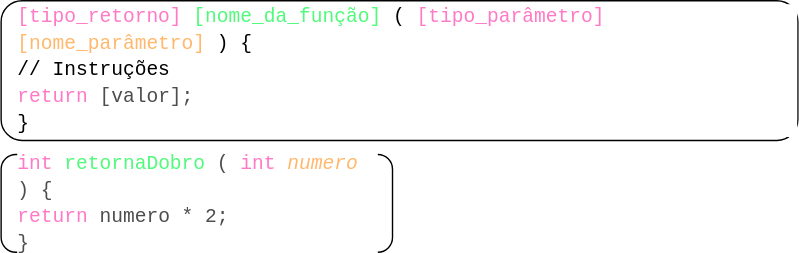
Above: slides/img/funcao_valor_exemplo.drawio.svg in itorisaias/Fatectq-linguagem-de-programacao (draw.io), before the change. Source tidied: cells renumbered, new cells last; positions are measured from the earlier drawing's top-left corner, leaving out a move shared by most shapes. Its diagram source:
```xml
<mxGraphModel>
  <root>
    <mxCell id="0" />
    <mxCell id="1" parent="0" />
    <mxCell id="2" style="rounded=1;whiteSpace=wrap;html=1;labelBackgroundColor=#E6E6E6;fontColor=#E6E6E6;" parent="1" vertex="1">
      <mxGeometry y="110" width="280" height="70" as="geometry" />
    </mxCell>
    <mxCell id="3" style="rounded=1;whiteSpace=wrap;html=1;labelBackgroundColor=#E6E6E6;fontColor=#E6E6E6;" parent="1" vertex="1">
      <mxGeometry width="570" height="100" as="geometry" />
    </mxCell>
    <mxCell id="4" value="&lt;div style=&quot;font-family: &amp;quot;Fira Code&amp;quot;, Consolas, &amp;quot;Courier New&amp;quot;, monospace; font-size: 14px; line-height: 19px;&quot;&gt;&lt;div&gt;&lt;font color=&quot;#ff79c6&quot;&gt;[tipo_retorno]&lt;/font&gt; &lt;font color=&quot;#50fa7b&quot;&gt;[nome_da_função]&lt;/font&gt; (&lt;font color=&quot;#ff79c6&quot;&gt;[tipo_parâmetro]&lt;/font&gt; &lt;font color=&quot;#ffb86c&quot;&gt;[nome_parâmetro]&lt;/font&gt;) {&lt;/div&gt;&lt;div&gt;&amp;nbsp; &amp;nbsp; // Instruções&lt;/div&gt;&lt;div&gt;&amp;nbsp; &amp;nbsp;&amp;nbsp;&lt;font color=&quot;#ff79c6&quot;&gt;return &lt;/font&gt;&lt;font color=&quot;#4d4d4d&quot;&gt;[valor];&lt;/font&gt;&lt;/div&gt;&lt;div&gt;}&lt;/div&gt;&lt;/div&gt;" style="text;html=1;strokeColor=none;fillColor=none;align=left;verticalAlign=middle;whiteSpace=wrap;rounded=0;fontColor=default;labelBackgroundColor=default;" parent="1" vertex="1">
      <mxGeometry x="10" width="560" height="100" as="geometry" />
    </mxCell>
    <mxCell id="5" value="&lt;div style=&quot;font-family: &amp;quot;Fira Code&amp;quot;, Consolas, &amp;quot;Courier New&amp;quot;, monospace; font-size: 14px; line-height: 19px;&quot;&gt;&lt;div style=&quot;&quot;&gt;&lt;span style=&quot;color: rgb(255, 121, 198);&quot;&gt;int&lt;/span&gt; &lt;span style=&quot;color: rgb(80, 250, 123);&quot;&gt;retornaDobro&lt;/span&gt;&lt;font color=&quot;#4d4d4d&quot;&gt;(&lt;/font&gt;&lt;span style=&quot;color: rgb(255, 121, 198);&quot;&gt;int&lt;/span&gt; &lt;span style=&quot;color: rgb(255, 184, 108); font-style: italic;&quot;&gt;numero&lt;/span&gt;&lt;font color=&quot;#4d4d4d&quot;&gt;) {&lt;/font&gt;&lt;/div&gt;&lt;div style=&quot;&quot;&gt;&lt;font color=&quot;#4d4d4d&quot;&gt;&amp;nbsp; &amp;nbsp;&lt;/font&gt;&lt;span style=&quot;color: rgb(255, 121, 198);&quot;&gt;return&lt;/span&gt; &lt;font color=&quot;#4d4d4d&quot;&gt;numero * 2;&lt;/font&gt;&lt;/div&gt;&lt;div style=&quot;&quot;&gt;&lt;font color=&quot;#4d4d4d&quot;&gt;}&lt;/font&gt;&lt;/div&gt;&lt;/div&gt;" style="text;html=1;strokeColor=none;fillColor=none;align=left;verticalAlign=middle;whiteSpace=wrap;rounded=0;labelBackgroundColor=default;fontColor=#00FF00;" parent="1" vertex="1">
      <mxGeometry x="10" y="110" width="260" height="70" as="geometry" />
    </mxCell>
  </root>
</mxGraphModel>
```
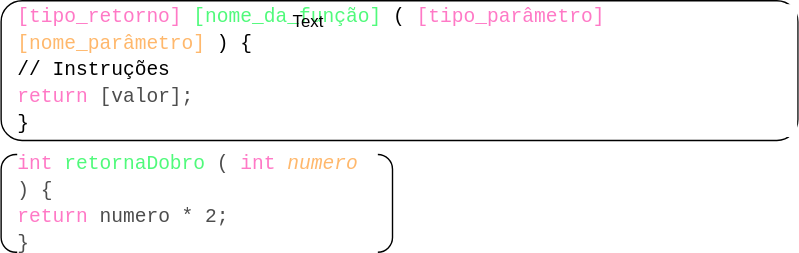
After the change.

Diff of the diagram source:
```diff
@@ -14,5 +14,8 @@
     <mxCell id="5" value="&lt;div style=&quot;font-family: &amp;quot;Fira Code&amp;quot;, Consolas, &amp;quot;Courier New&amp;quot;, monospace; font-size: 14px; line-height: 19px;&quot;&gt;&lt;div style=&quot;&quot;&gt;&lt;span style=&quot;color: rgb(255, 121, 198);&quot;&gt;int&lt;/span&gt; &lt;span style=&quot;color: rgb(80, 250, 123);&quot;&gt;retornaDobro&lt;/span&gt;&lt;font color=&quot;#4d4d4d&quot;&gt;(&lt;/font&gt;&lt;span style=&quot;color: rgb(255, 121, 198);&quot;&gt;int&lt;/span&gt; &lt;span style=&quot;color: rgb(255, 184, 108); font-style: italic;&quot;&gt;numero&lt;/span&gt;&lt;font color=&quot;#4d4d4d&quot;&gt;) {&lt;/font&gt;&lt;/div&gt;&lt;div style=&quot;&quot;&gt;&lt;font color=&quot;#4d4d4d&quot;&gt;&amp;nbsp; &amp;nbsp;&lt;/font&gt;&lt;span style=&quot;color: rgb(255, 121, 198);&quot;&gt;return&lt;/span&gt; &lt;font color=&quot;#4d4d4d&quot;&gt;numero * 2;&lt;/font&gt;&lt;/div&gt;&lt;div style=&quot;&quot;&gt;&lt;font color=&quot;#4d4d4d&quot;&gt;}&lt;/font&gt;&lt;/div&gt;&lt;/div&gt;" style="text;html=1;strokeColor=none;fillColor=none;align=left;verticalAlign=middle;whiteSpace=wrap;rounded=0;labelBackgroundColor=default;fontColor=#00FF00;" parent="1" vertex="1">
       <mxGeometry x="10" y="110" width="260" height="70" as="geometry" />
     </mxCell>
+    <mxCell id="6" value="Text" style="text;strokeColor=none;align=center;fillColor=none;html=1;verticalAlign=middle;whiteSpace=wrap;rounded=0;" parent="1" vertex="1">
+      <mxGeometry x="190" width="60" height="30" as="geometry" />
+    </mxCell>
   </root>
 </mxGraphModel>
```
